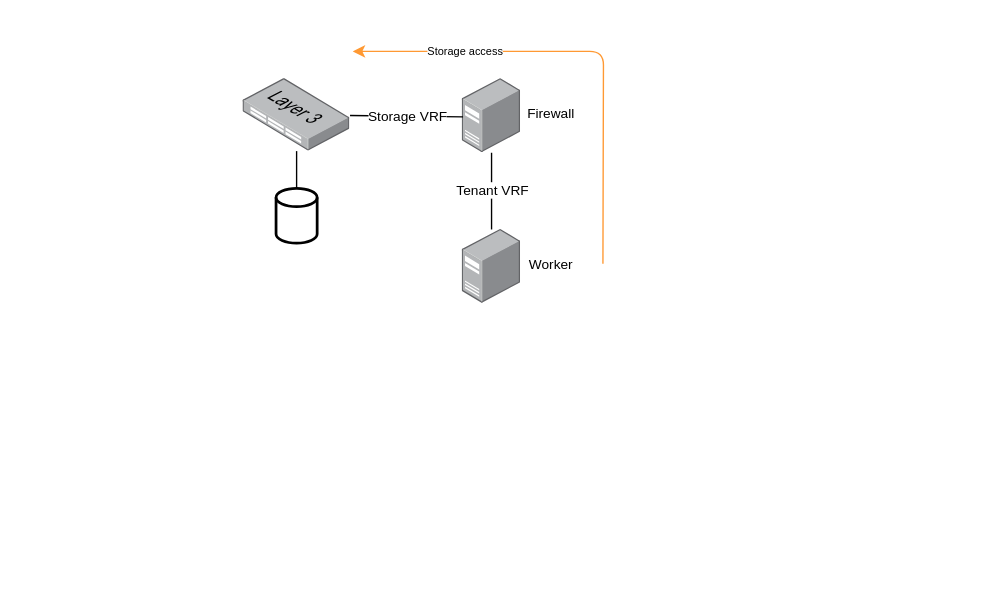
This is community/04-Proposals/MEP19/storage-current.drawio from metal-stack/website, a draw.io file, before an edit. Source tidied: cells renumbered, new cells numbered last; positions are measured from the earlier drawing's top-left corner, leaving out a move shared by most shapes. Both pictures are drawn from the tidied source at 137%, with x=0, y=0 at pixel (242, 51).
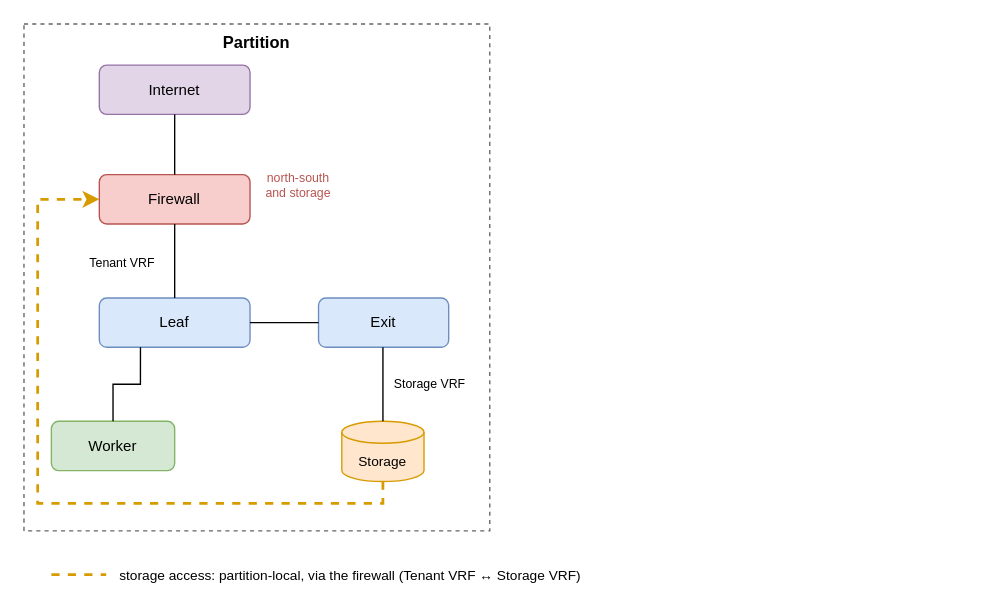
After the change.

Change to the diagram source:
```diff
@@
-    <mxCell id="2" style="edgeStyle=none;html=1;endArrow=none;endFill=0;" parent="1" edge="1" source="3" target="8">
-      <mxGeometry relative="1" as="geometry" />
-    </mxCell>
-    <mxCell id="3" style="image;points=[];html=1;align=center;shadow=0;dashed=0;image=img/lib/allied_telesis/switch/Switch_48_port_L3.svg;" parent="1" vertex="1">
-      <mxGeometry y="20" width="78" height="52.8" as="geometry" />
-    </mxCell>
-    <mxCell id="4" style="edgeStyle=none;html=1;endArrow=none;endFill=0;" parent="1" edge="1" source="6" target="7">
-      <mxGeometry relative="1" as="geometry" />
-    </mxCell>
+    <mxCell id="15" value="Partition" style="rounded=0;whiteSpace=wrap;html=1;dashed=1;fillColor=none;strokeColor=#666666;verticalAlign=top;fontSize=12;fontStyle=1;" parent="1" vertex="1">
+      <mxGeometry x="-160" y="-20" width="340" height="370" as="geometry" />
+    </mxCell>
+    <mxCell id="16" value="Leaf" style="rounded=1;fontSize=11;whiteSpace=wrap;html=1;fillColor=#dae8fc;strokeColor=#6c8ebf;" parent="1" vertex="1">
+      <mxGeometry x="-105" y="180" width="110" height="36" as="geometry" />
+    </mxCell>
+    <mxCell id="17" value="Exit" style="rounded=1;fontSize=11;whiteSpace=wrap;html=1;fillColor=#dae8fc;strokeColor=#6c8ebf;" parent="1" vertex="1">
+      <mxGeometry x="55" y="180" width="95" height="36" as="geometry" />
+    </mxCell>
+    <mxCell id="12" value="Worker" style="rounded=1;fontSize=11;whiteSpace=wrap;html=1;fillColor=#d5e8d4;strokeColor=#82b366;" parent="1" vertex="1">
+      <mxGeometry x="-140" y="270" width="90" height="36" as="geometry" />
+    </mxCell>
+    <mxCell id="18" value="Storage" style="shape=cylinder3;boundedLbl=1;backgroundOutline=1;size=8;fontSize=10;whiteSpace=wrap;html=1;fillColor=#ffe6cc;strokeColor=#d79b00;" parent="1" vertex="1">
+      <mxGeometry x="72" y="270" width="60" height="44" as="geometry" />
+    </mxCell>
+    <mxCell id="19" value="Internet" style="rounded=1;fontSize=11;whiteSpace=wrap;html=1;fillColor=#e1d5e7;strokeColor=#9673a6;" parent="1" vertex="1">
+      <mxGeometry x="-105" y="10" width="110" height="36" as="geometry" />
+    </mxCell>
+    <mxCell id="11" value="Firewall" style="rounded=1;fontSize=11;whiteSpace=wrap;html=1;fillColor=#f8cecc;strokeColor=#b85450;" parent="1" vertex="1">
+      <mxGeometry x="-105" y="90" width="110" height="36" as="geometry" />
+    </mxCell>
+    <mxCell id="20" style="edgeStyle=orthogonalEdgeStyle;rounded=0;html=1;strokeColor=#000000;strokeWidth=1;exitX=0.273;exitY=1.0;exitDx=0;exitDy=0;entryX=0.5;entryY=0.0;entryDx=0;entryDy=0;endArrow=none;endFill=0;" parent="1" edge="1" source="16" target="12">
+      <mxGeometry relative="1" as="geometry">
+        <Array as="points">
+          <mxPoint x="-75" y="243" />
+          <mxPoint x="-95" y="243" />
+        </Array>
+      </mxGeometry>
+    </mxCell>
+    <mxCell id="21" style="edgeStyle=orthogonalEdgeStyle;rounded=0;html=1;strokeColor=#000000;strokeWidth=1;exitX=0.495;exitY=1.0;exitDx=0;exitDy=0;entryX=0.5;entryY=0.0;entryDx=0;entryDy=0;endArrow=none;endFill=0;" parent="1" edge="1" source="17" target="18">
+      <mxGeometry relative="1" as="geometry" />
+    </mxCell>
+    <mxCell id="22" style="edgeStyle=orthogonalEdgeStyle;rounded=0;html=1;strokeColor=#000000;strokeWidth=1;exitX=0.5;exitY=1.0;exitDx=0;exitDy=0;entryX=0.5;entryY=0.0;entryDx=0;entryDy=0;endArrow=none;endFill=0;" parent="1" edge="1" source="19" target="11">
+      <mxGeometry relative="1" as="geometry" />
+    </mxCell>
+    <mxCell id="23" style="edgeStyle=orthogonalEdgeStyle;rounded=0;html=1;strokeColor=#000000;strokeWidth=1;exitX=0.5;exitY=1.0;exitDx=0;exitDy=0;entryX=0.5;entryY=0.0;entryDx=0;entryDy=0;endArrow=none;endFill=0;" parent="1" edge="1" source="11" target="16">
+      <mxGeometry relative="1" as="geometry" />
+    </mxCell>
+    <mxCell id="24" style="edgeStyle=orthogonalEdgeStyle;rounded=0;html=1;strokeColor=#000000;strokeWidth=1;exitX=1.0;exitY=0.5;exitDx=0;exitDy=0;entryX=0.0;entryY=0.5;entryDx=0;entryDy=0;endArrow=none;endFill=0;" parent="1" edge="1" source="16" target="17">
+      <mxGeometry relative="1" as="geometry" />
+    </mxCell>
+    <mxCell id="25" style="edgeStyle=orthogonalEdgeStyle;rounded=0;html=1;strokeColor=#d79b00;strokeWidth=2;exitX=0.5;exitY=1.0;exitDx=0;exitDy=0;entryX=0.0;entryY=0.5;entryDx=0;entryDy=0;dashed=1;endArrow=classic;endFill=1;" parent="1" edge="1" source="18" target="11">
+      <mxGeometry relative="1" as="geometry">
+        <Array as="points">
+          <mxPoint x="102" y="330" />
+          <mxPoint x="-150" y="330" />
+          <mxPoint x="-150" y="108" />
+        </Array>
+      </mxGeometry>
+    </mxCell>
+    <mxCell id="10" value="Storage VRF" style="text;html=1;align=center;verticalAlign=middle;whiteSpace=wrap;rounded=0;fontSize=9;fontColor=#000000;labelBackgroundColor=default;" parent="1" vertex="1">
+      <mxGeometry x="105.8" y="235" width="60.5" height="15" as="geometry" />
+    </mxCell>
-    <mxCell id="5" value="Tenant VRF" style="edgeLabel;html=1;align=center;verticalAlign=middle;fontSize=10;" parent="4" vertex="1">
-      <mxGeometry x="-0.4" y="-2" relative="1" as="geometry">
-        <mxPoint x="2" y="9" as="offset" />
-      </mxGeometry>
+    <mxCell id="5" value="Tenant VRF" style="text;html=1;align=center;verticalAlign=middle;whiteSpace=wrap;rounded=0;fontSize=9;fontColor=#000000;labelBackgroundColor=default;" parent="1" vertex="1">
+      <mxGeometry x="-115.8" y="147" width="55.5" height="15" as="geometry" />
     </mxCell>
-    <mxCell id="6" style="image;points=[];html=1;align=center;shadow=0;dashed=0;image=img/lib/allied_telesis/computer_and_terminals/Server_Desktop.svg;" parent="1" vertex="1">
-      <mxGeometry x="160" y="20" width="42.6" height="54" as="geometry" />
-    </mxCell>
-    <mxCell id="7" style="image;points=[];html=1;align=center;shadow=0;dashed=0;image=img/lib/allied_telesis/computer_and_terminals/Server_Desktop.svg;" parent="1" vertex="1">
-      <mxGeometry x="160" y="130" width="42.6" height="54" as="geometry" />
-    </mxCell>
-    <mxCell id="8" style="strokeWidth=2;html=1;shape=mxgraph.flowchart.database;whiteSpace=wrap;" parent="1" vertex="1">
-      <mxGeometry x="24" y="100" width="30" height="40" as="geometry" />
-    </mxCell>
-    <mxCell id="9" style="edgeStyle=none;html=1;entryX=0.012;entryY=0.515;entryDx=0;entryDy=0;entryPerimeter=0;endArrow=none;endFill=0;" parent="1" edge="1" source="3" target="6">
-      <mxGeometry relative="1" as="geometry" />
-    </mxCell>
-    <mxCell id="10" value="Storage VRF" style="edgeLabel;html=1;align=center;verticalAlign=middle;fontSize=10;" parent="9" vertex="1">
-      <mxGeometry x="0.27" y="2" relative="1" as="geometry">
-        <mxPoint x="-11" y="1" as="offset" />
-      </mxGeometry>
-    </mxCell>
-    <mxCell id="11" value="&lt;font style=&quot;font-size: 10px;&quot;&gt;Firewall&lt;/font&gt;" style="text;html=1;align=center;verticalAlign=middle;whiteSpace=wrap;rounded=0;" parent="1" vertex="1">
-      <mxGeometry x="195" y="30" width="60" height="30" as="geometry" />
-    </mxCell>
-    <mxCell id="12" value="&lt;font style=&quot;font-size: 10px;&quot;&gt;Worker&lt;/font&gt;" style="text;html=1;align=center;verticalAlign=middle;whiteSpace=wrap;rounded=0;" parent="1" vertex="1">
-      <mxGeometry x="195" y="140" width="60" height="30" as="geometry" />
-    </mxCell>
-    <mxCell id="13" style="endArrow=classic;html=1;strokeColor=light-dark(#FF9933,#EDEDED);" parent="1" edge="1">
-      <mxGeometry relative="1" as="geometry">
-        <mxPoint x="262.6" y="155" as="sourcePoint" />
-        <mxPoint x="80" as="targetPoint" />
-        <Array as="points">
-          <mxPoint x="263" />
-        </Array>
-      </mxGeometry>
-    </mxCell>
-    <mxCell id="14" value="Storage access" style="edgeLabel;html=1;align=center;verticalAlign=middle;fontSize=8;" parent="13" vertex="1">
-      <mxGeometry x="0.6" y="-1" relative="1" as="geometry">
-        <mxPoint x="13" as="offset" />
-      </mxGeometry>
-    </mxCell>
+    <mxCell id="26" value="north-south&lt;br&gt;and storage" style="text;html=1;align=center;verticalAlign=middle;whiteSpace=wrap;rounded=0;fontSize=9;fontColor=#b85450;" parent="1" vertex="1">
+      <mxGeometry x="9.8" y="85" width="60.5" height="26" as="geometry" />
+    </mxCell>
+    <mxCell id="27" style="endArrow=none;html=1;strokeColor=#d79b00;strokeWidth=2;dashed=1;" parent="1" edge="1">
+      <mxGeometry relative="1" as="geometry">
+        <mxPoint x="-140" y="382" as="sourcePoint" />
+        <mxPoint x="-100" y="382" as="targetPoint" />
+      </mxGeometry>
+    </mxCell>
+    <mxCell id="28" value="storage access: partition-local, via the firewall (Tenant VRF ↔ Storage VRF)" style="text;html=1;align=left;verticalAlign=middle;whiteSpace=wrap;rounded=0;fontSize=10;" parent="1" vertex="1">
+      <mxGeometry x="-92" y="372" width="620" height="20" as="geometry" />
+    </mxCell>
```
